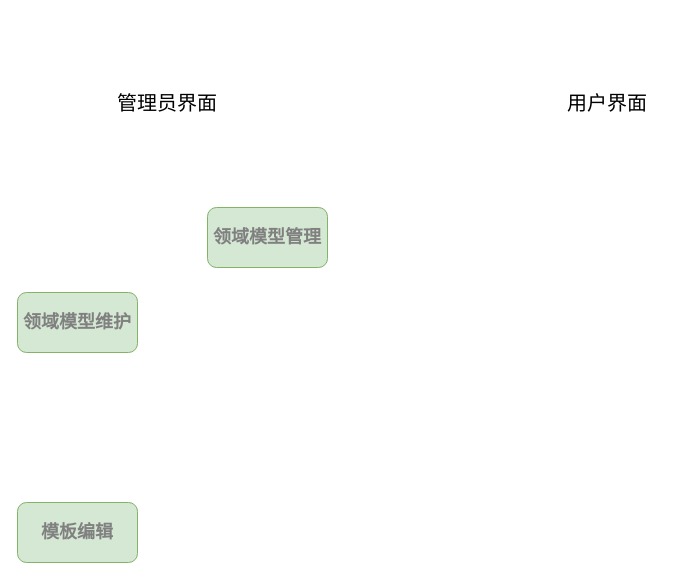
Before: 原型设计.drawio in HonyoLAN/telmy, a draw.io diagram. Source tidied: cells renumbered, new cells numbered last; positions are measured from the earlier drawing's top-left corner, leaving out a move shared by most shapes. Both pictures are drawn from the tidied source at 100%, with x=0, y=0 at pixel (17, 87).
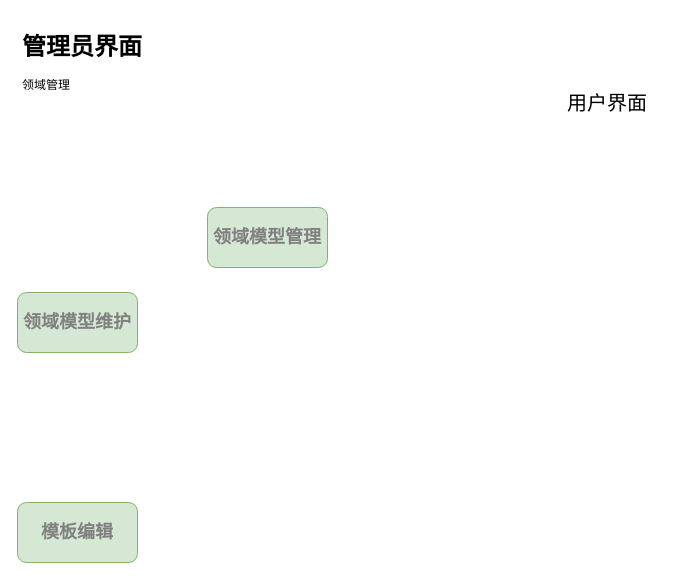
The same page after the edit.

Commit message (it also covers changes not shown here):
更新原型设计.drawio

The edit, as a diff of the source:
```diff
@@
 <mxGraphModel>
   <root>
     <mxCell id="0" />
     <mxCell id="1" parent="0" />
     <mxCell id="2" value="&lt;b&gt;&lt;font style=&quot;font-size: 18px;&quot;&gt;领域模型维护&lt;/font&gt;&lt;/b&gt;" style="rounded=1;whiteSpace=wrap;html=1;fillColor=#d5e8d4;strokeColor=#82b366;fontColor=#808080;" parent="1" vertex="1">
       <mxGeometry y="205" width="120" height="60" as="geometry" />
     </mxCell>
     <mxCell id="3" value="&lt;b&gt;&lt;font style=&quot;font-size: 18px;&quot;&gt;模板编辑&lt;/font&gt;&lt;/b&gt;" style="rounded=1;whiteSpace=wrap;html=1;fillColor=#d5e8d4;strokeColor=#82b366;fontColor=#808080;" parent="1" vertex="1">
       <mxGeometry y="415" width="120" height="60" as="geometry" />
     </mxCell>
     <mxCell id="4" value="&lt;b&gt;&lt;font style=&quot;font-size: 18px;&quot;&gt;领域模型管理&lt;/font&gt;&lt;/b&gt;" style="rounded=1;whiteSpace=wrap;html=1;fillColor=#d5e8d4;strokeColor=#82b366;fontColor=#808080;" parent="1" vertex="1">
       <mxGeometry x="190" y="120" width="120" height="60" as="geometry" />
     </mxCell>
-    <mxCell id="5" value="管理员界面" style="text;html=1;strokeColor=none;fillColor=none;align=center;verticalAlign=middle;whiteSpace=wrap;rounded=0;fontSize=20;" parent="1" vertex="1">
-      <mxGeometry x="80" width="140" height="30" as="geometry" />
-    </mxCell>
     <mxCell id="6" value="用户界面" style="text;html=1;strokeColor=none;fillColor=none;align=center;verticalAlign=middle;whiteSpace=wrap;rounded=0;fontSize=20;" parent="1" vertex="1">
       <mxGeometry x="520" width="140" height="30" as="geometry" />
     </mxCell>
+    <mxCell id="7" value="&lt;h1&gt;管理员界面&lt;br&gt;&lt;/h1&gt;&lt;p&gt;领域管理&lt;br&gt;&lt;br&gt;&lt;/p&gt;" style="text;html=1;strokeColor=none;fillColor=none;spacing=5;spacingTop=-20;whiteSpace=wrap;overflow=hidden;rounded=0;" parent="1" vertex="1">
+      <mxGeometry y="-60" width="190" height="120" as="geometry" />
+    </mxCell>
   </root>
 </mxGraphModel>
```
